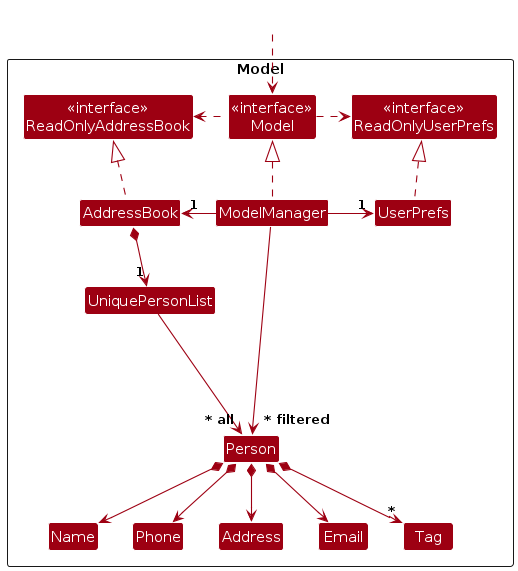
Before: diagrams/ModelClassDiagram.png, a diagram exported from PlantUML (AY2627S1-CS2103T-T15-3/tp). Its source is kept beside it as diagrams/ModelClassDiagram.puml.
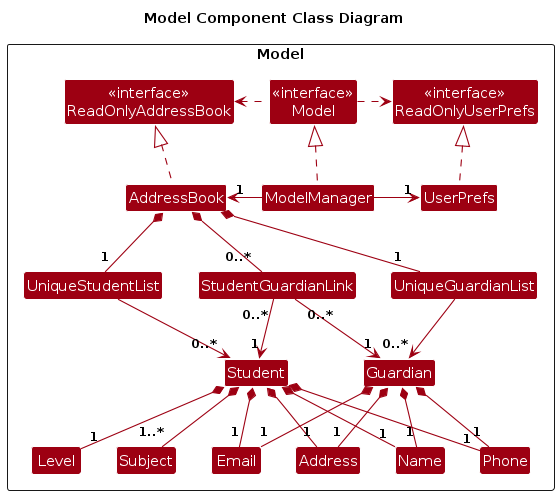
Above is the later version.

Diff of the diagram source:
```diff
@@ -1,54 +1,58 @@
 @startuml
 !include style.puml
+title Model Component Class Diagram
 skinparam arrowThickness 1.1
 skinparam arrowColor MODEL_COLOR
 skinparam classBackgroundColor MODEL_COLOR
 
-Package Model as ModelPackage <<Rectangle>>{
-Class "<<interface>>\nReadOnlyAddressBook" as ReadOnlyAddressBook
-Class "<<interface>>\nReadOnlyUserPrefs" as ReadOnlyUserPrefs
-Class "<<interface>>\nModel" as Model
-Class AddressBook
-Class ModelManager
-Class UserPrefs
+package Model as ModelPackage <<Rectangle>> {
+    Class "<<interface>>\nReadOnlyAddressBook" as ReadOnlyAddressBook
+    Class "<<interface>>\nReadOnlyUserPrefs" as ReadOnlyUserPrefs
+    Class "<<interface>>\nModel" as Model
+    Class ModelManager
+    Class AddressBook
+    Class UserPrefs
 
-Class UniquePersonList
-Class Person
-Class Address
-Class Email
-Class Name
-Class Phone
-Class Tag
-
-Class I #FFFFFF
+    Class UniqueStudentList
+    Class UniqueGuardianList
+    Class StudentGuardianLink
+    Class Student
+    Class Guardian
+    Class Name
+    Class Phone
+    Class Email
+    Class Address
+    Class Level
+    Class Subject
 }
 
-Class HiddenOutside #FFFFFF
-HiddenOutside ..> Model
-
 AddressBook .up.|> ReadOnlyAddressBook
-
+UserPrefs .up.|> ReadOnlyUserPrefs
 ModelManager .up.|> Model
 Model .right.> ReadOnlyUserPrefs
 Model .left.> ReadOnlyAddressBook
 ModelManager -left-> "1" AddressBook
 ModelManager -right-> "1" UserPrefs
-UserPrefs .up.|> ReadOnlyUserPrefs
 
-AddressBook *--> "1" UniquePersonList
-UniquePersonList --> "~* all" Person
-Person *--> Name
-Person *--> Phone
-Person *--> Email
-Person *--> Address
-Person *--> "*" Tag
+AddressBook *-- "1" UniqueStudentList
+AddressBook *-- "1" UniqueGuardianList
+AddressBook *-- "0..*" StudentGuardianLink
+UniqueStudentList --> "0..*" Student
+UniqueGuardianList --> "0..*" Guardian
 
-Person -[hidden]up--> I
-UniquePersonList -[hidden]right-> I
+StudentGuardianLink "0..*" --> "1" Student
+StudentGuardianLink "0..*" --> "1" Guardian
 
-Name -[hidden]right-> Phone
-Phone -[hidden]right-> Address
-Address -[hidden]right-> Email
+Student *-- "1" Name
+Student *-- "1" Phone
+Student *-- "1" Email
+Student *-- "1" Address
+Student *-- "1" Level
+Student *-- "1..*" Subject
 
-ModelManager --> "~* filtered" Person
+Guardian *-- "1" Name
+Guardian *-- "1" Phone
+Guardian *-- "1" Email
+Guardian *-- "1" Address
+
 @enduml
```
